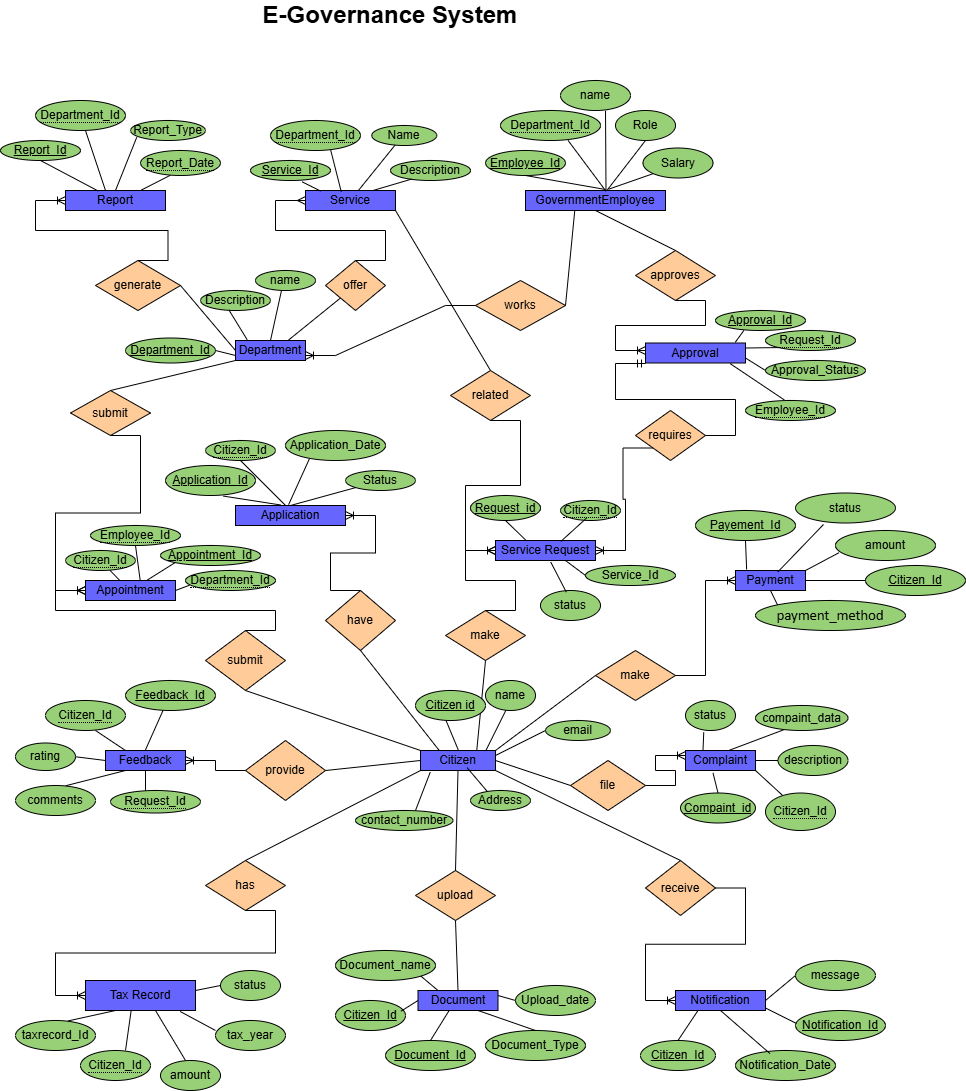
The draw.io diagram E-GovernanceSystem_ER-Diagram.drawio (1).drawio.png in ThembarthiAkshaya/E-governance-System, before a commit. Source tidied: cells renumbered, new cells last; positions are measured from the earlier drawing's top-left corner, leaving out a move shared by most shapes.
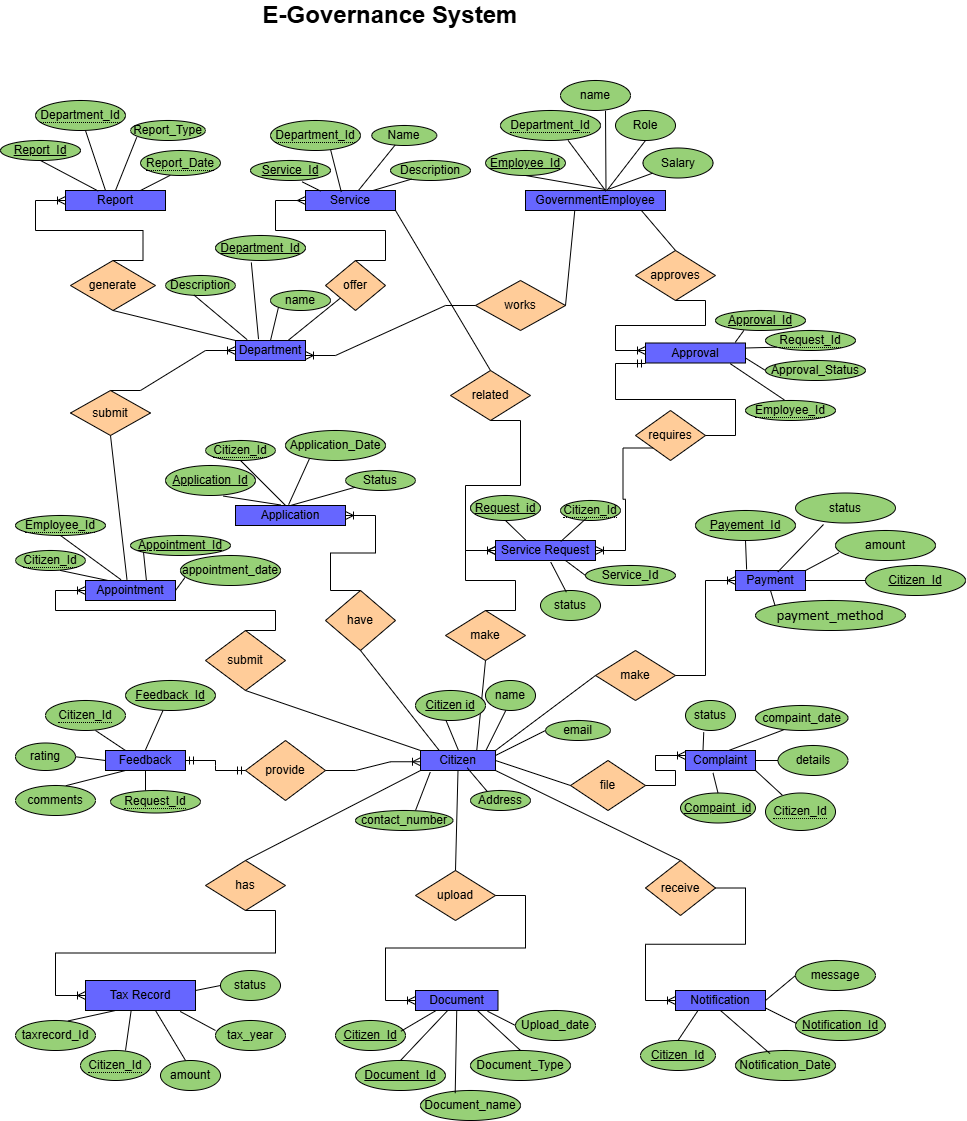
The same diagram one commit later.

Diff of the diagram source:
```diff
@@ -15,7 +15,7 @@
       <mxGeometry x="85" y="980" width="110" height="30" as="geometry" />
     </mxCell>
     <mxCell id="6" value="Document" style="rounded=0;whiteSpace=wrap;html=1;fillColor=#6666FF;" parent="1" vertex="1">
-      <mxGeometry x="417.5" y="990" width="80" height="20" as="geometry" />
+      <mxGeometry x="415" y="990" width="82.5" height="20" as="geometry" />
     </mxCell>
     <mxCell id="7" value="Notification" style="rounded=0;whiteSpace=wrap;html=1;fillColor=#6666FF;" parent="1" vertex="1">
       <mxGeometry x="675" y="990" width="90" height="20" as="geometry" />
@@ -78,7 +78,7 @@
       <mxGeometry x="70" y="390" width="80" height="45" as="geometry" />
     </mxCell>
     <mxCell id="27" value="generate" style="rhombus;whiteSpace=wrap;html=1;fillColor=#FFCC99;" parent="1" vertex="1">
-      <mxGeometry x="95" y="260" width="85" height="50" as="geometry" />
+      <mxGeometry x="70" y="260" width="85" height="50" as="geometry" />
     </mxCell>
     <mxCell id="28" value="offer" style="rhombus;whiteSpace=wrap;html=1;fillColor=#FFCC99;" parent="1" vertex="1">
       <mxGeometry x="325" y="260" width="60" height="50" as="geometry" />
@@ -143,12 +143,6 @@
         <mxPoint x="85" y="590" as="targetPoint" />
       </mxGeometry>
     </mxCell>
-    <mxCell id="45" style="endArrow=none;html=1;rounded=0;exitX=1;exitY=0.5;exitDx=0;exitDy=0;entryX=0;entryY=0.5;entryDx=0;entryDy=0;" parent="1" edge="1" source="20" target="2">
-      <mxGeometry relative="1" as="geometry" />
-    </mxCell>
-    <mxCell id="46" style="edgeStyle=entityRelationEdgeStyle;fontSize=12;html=1;endArrow=ERoneToMany;rounded=0;entryX=1;entryY=0.5;entryDx=0;entryDy=0;" parent="1" edge="1" source="20" target="3">
-      <mxGeometry relative="1" as="geometry" />
-    </mxCell>
     <mxCell id="47" style="edgeStyle=entityRelationEdgeStyle;fontSize=12;html=1;endArrow=ERmany;rounded=0;exitX=0.5;exitY=0;exitDx=0;exitDy=0;" parent="1" edge="1" source="28">
       <mxGeometry relative="1" as="geometry">
         <mxPoint x="305" y="200" as="targetPoint" />
@@ -171,7 +165,7 @@
         </Array>
       </mxGeometry>
     </mxCell>
-    <mxCell id="52" style="endArrow=none;html=1;rounded=0;exitX=0.5;exitY=1;exitDx=0;exitDy=0;entryX=0.5;entryY=0;entryDx=0;entryDy=0;" parent="1" edge="1" source="15" target="30">
+    <mxCell id="52" style="endArrow=none;html=1;rounded=0;exitX=0.83;exitY=1.017;exitDx=0;exitDy=0;entryX=0.5;entryY=0;entryDx=0;entryDy=0;exitPerimeter=0;" parent="1" edge="1" source="15" target="30">
       <mxGeometry relative="1" as="geometry" />
     </mxCell>
     <mxCell id="53" style="edgeStyle=entityRelationEdgeStyle;fontSize=12;html=1;endArrow=ERoneToMany;rounded=0;exitX=0.5;exitY=1;exitDx=0;exitDy=0;" parent="1" edge="1" source="30">
@@ -183,7 +177,7 @@
         </Array>
       </mxGeometry>
     </mxCell>
-    <mxCell id="54" style="endArrow=none;html=1;rounded=0;exitX=0;exitY=0.5;exitDx=0;exitDy=0;entryX=1;entryY=0.5;entryDx=0;entryDy=0;" parent="1" edge="1" source="10" target="27">
+    <mxCell id="54" style="endArrow=none;html=1;rounded=0;exitX=0;exitY=0;exitDx=0;exitDy=0;entryX=0.5;entryY=1;entryDx=0;entryDy=0;" parent="1" edge="1" source="10" target="27">
       <mxGeometry relative="1" as="geometry" />
     </mxCell>
     <mxCell id="55" style="edgeStyle=entityRelationEdgeStyle;fontSize=12;html=1;endArrow=ERoneToMany;rounded=0;exitX=0.5;exitY=0;exitDx=0;exitDy=0;" parent="1" edge="1" source="27">
@@ -195,14 +189,6 @@
         </Array>
       </mxGeometry>
     </mxCell>
-    <mxCell id="56" style="endArrow=none;html=1;rounded=0;exitX=0.5;exitY=0;exitDx=0;exitDy=0;entryX=0;entryY=1;entryDx=0;entryDy=0;" parent="1" edge="1" source="26" target="10">
-      <mxGeometry relative="1" as="geometry" />
-    </mxCell>
-    <mxCell id="57" style="edgeStyle=entityRelationEdgeStyle;fontSize=12;html=1;endArrow=ERoneToMany;rounded=0;exitX=0.5;exitY=1;exitDx=0;exitDy=0;" parent="1" edge="1" source="26">
-      <mxGeometry relative="1" as="geometry">
-        <mxPoint x="85" y="590" as="targetPoint" />
-      </mxGeometry>
-    </mxCell>
     <mxCell id="58" style="endArrow=none;html=1;rounded=0;exitX=0.5;exitY=1;exitDx=0;exitDy=0;entryX=0.25;entryY=0;entryDx=0;entryDy=0;" parent="1" edge="1" source="23" target="2">
       <mxGeometry relative="1" as="geometry" />
     </mxCell>
@@ -252,13 +238,13 @@
     <mxCell id="71" value="status" style="ellipse;whiteSpace=wrap;html=1;align=center;fillColor=#97D077;" parent="1" vertex="1">
       <mxGeometry x="685" y="700" width="50" height="30" as="geometry" />
     </mxCell>
-    <mxCell id="72" value="compaint_data" style="ellipse;whiteSpace=wrap;html=1;align=center;fillColor=#97D077;" parent="1" vertex="1">
+    <mxCell id="72" value="compaint_date" style="ellipse;whiteSpace=wrap;html=1;align=center;fillColor=#97D077;" parent="1" vertex="1">
       <mxGeometry x="755" y="705" width="92.5" height="25" as="geometry" />
     </mxCell>
     <mxCell id="73" value="&lt;span style=&quot;border-bottom: 1px dotted&quot;&gt;Citizen_Id&lt;/span&gt;" style="ellipse;whiteSpace=wrap;html=1;align=center;fillColor=#97D077;" parent="1" vertex="1">
       <mxGeometry x="765" y="792.5" width="70" height="37.5" as="geometry" />
     </mxCell>
-    <mxCell id="74" value="description" style="ellipse;whiteSpace=wrap;html=1;align=center;fillColor=#97D077;" parent="1" vertex="1">
+    <mxCell id="74" value="details" style="ellipse;whiteSpace=wrap;html=1;align=center;fillColor=#97D077;" parent="1" vertex="1">
       <mxGeometry x="777.5" y="745" width="70" height="30" as="geometry" />
     </mxCell>
     <mxCell id="75" style="endArrow=none;html=1;rounded=0;exitX=0.393;exitY=1.12;exitDx=0;exitDy=0;exitPerimeter=0;entryX=0.5;entryY=0;entryDx=0;entryDy=0;" parent="1" edge="1" source="4" target="70">
@@ -354,27 +340,24 @@
       </mxGeometry>
     </mxCell>
     <mxCell id="101" value="Document_Id" style="ellipse;whiteSpace=wrap;html=1;align=center;fontStyle=4;fillColor=#97D077;" parent="1" vertex="1">
-      <mxGeometry x="385" y="1040" width="90" height="30" as="geometry" />
+      <mxGeometry x="355" y="1060" width="90" height="30" as="geometry" />
     </mxCell>
     <mxCell id="102" value="Citizen_Id" style="ellipse;whiteSpace=wrap;html=1;align=center;fontStyle=4;fillColor=#97D077;" parent="1" vertex="1">
-      <mxGeometry x="335" y="1000" width="70" height="30" as="geometry" />
+      <mxGeometry x="335" y="1020" width="70" height="30" as="geometry" />
     </mxCell>
     <mxCell id="103" value="Document_name" style="ellipse;whiteSpace=wrap;html=1;align=center;fillColor=#97D077;" parent="1" vertex="1">
-      <mxGeometry x="335" y="950" width="100" height="30" as="geometry" />
+      <mxGeometry x="420" y="1090" width="100" height="30" as="geometry" />
     </mxCell>
-    <mxCell id="104" style="endArrow=none;html=1;rounded=0;exitX=0.5;exitY=0;exitDx=0;exitDy=0;entryX=0.5;entryY=1;entryDx=0;entryDy=0;" parent="1" edge="1" source="6" target="17">
-      <mxGeometry relative="1" as="geometry" />
-    </mxCell>
     <mxCell id="105" value="Document_Type" style="ellipse;whiteSpace=wrap;html=1;align=center;fillColor=#97D077;" parent="1" vertex="1">
-      <mxGeometry x="485" y="1030" width="100" height="30" as="geometry" />
+      <mxGeometry x="470" y="1050" width="100" height="30" as="geometry" />
     </mxCell>
     <mxCell id="106" value="Upload_date" style="ellipse;whiteSpace=wrap;html=1;align=center;fillColor=#97D077;" parent="1" vertex="1">
-      <mxGeometry x="515" y="985" width="80" height="30" as="geometry" />
+      <mxGeometry x="515" y="1010" width="80" height="30" as="geometry" />
     </mxCell>
-    <mxCell id="107" style="endArrow=none;html=1;rounded=0;exitX=1;exitY=1;exitDx=0;exitDy=0;entryX=0.25;entryY=0;entryDx=0;entryDy=0;" parent="1" edge="1" source="103" target="6">
+    <mxCell id="107" style="endArrow=none;html=1;rounded=0;exitX=0.347;exitY=0.089;exitDx=0;exitDy=0;entryX=0.5;entryY=1;entryDx=0;entryDy=0;exitPerimeter=0;" parent="1" edge="1" source="103" target="6">
       <mxGeometry relative="1" as="geometry" />
     </mxCell>
-    <mxCell id="108" style="endArrow=none;html=1;rounded=0;exitX=0.934;exitY=0.359;exitDx=0;exitDy=0;exitPerimeter=0;entryX=0;entryY=0.5;entryDx=0;entryDy=0;" parent="1" edge="1" source="102" target="6">
+    <mxCell id="108" style="endArrow=none;html=1;rounded=0;exitX=0.934;exitY=0.359;exitDx=0;exitDy=0;exitPerimeter=0;entryX=0.25;entryY=1;entryDx=0;entryDy=0;" parent="1" edge="1" source="102" target="6">
       <mxGeometry relative="1" as="geometry" />
     </mxCell>
     <mxCell id="109" style="endArrow=none;html=1;rounded=0;exitX=0.5;exitY=0;exitDx=0;exitDy=0;entryX=0.387;entryY=1.014;entryDx=0;entryDy=0;entryPerimeter=0;" parent="1" edge="1" source="101" target="6">
@@ -383,7 +366,7 @@
     <mxCell id="110" style="endArrow=none;html=1;rounded=0;exitX=0.5;exitY=0;exitDx=0;exitDy=0;entryX=0.75;entryY=1;entryDx=0;entryDy=0;" parent="1" edge="1" source="105" target="6">
       <mxGeometry relative="1" as="geometry" />
     </mxCell>
-    <mxCell id="111" style="endArrow=none;html=1;rounded=0;exitX=1;exitY=0.25;exitDx=0;exitDy=0;entryX=0;entryY=0.5;entryDx=0;entryDy=0;" parent="1" edge="1" source="6" target="106">
+    <mxCell id="111" style="endArrow=none;html=1;rounded=0;exitX=0.873;exitY=1.038;exitDx=0;exitDy=0;entryX=0;entryY=0.5;entryDx=0;entryDy=0;exitPerimeter=0;" parent="1" edge="1" source="6" target="106">
       <mxGeometry relative="1" as="geometry" />
     </mxCell>
     <mxCell id="112" value="Notification_Id" style="ellipse;whiteSpace=wrap;html=1;align=center;fontStyle=4;fillColor=#97D077;" parent="1" vertex="1">
@@ -525,41 +508,39 @@
       <mxGeometry relative="1" as="geometry" />
     </mxCell>
     <mxCell id="155" value="Department_Id" style="ellipse;whiteSpace=wrap;html=1;align=center;fontStyle=4;fillColor=#97D077;" parent="1" vertex="1">
-      <mxGeometry x="125" y="337.5" width="90" height="25" as="geometry" />
+      <mxGeometry x="215" y="235" width="90" height="25" as="geometry" />
     </mxCell>
     <mxCell id="156" value="name" style="ellipse;whiteSpace=wrap;html=1;align=center;fillColor=#97D077;" parent="1" vertex="1">
-      <mxGeometry x="255" y="270" width="60" height="20" as="geometry" />
+      <mxGeometry x="270" y="290" width="60" height="20" as="geometry" />
     </mxCell>
     <mxCell id="157" value="Description" style="ellipse;whiteSpace=wrap;html=1;align=center;fillColor=#97D077;" parent="1" vertex="1">
-      <mxGeometry x="200" y="290" width="70" height="20" as="geometry" />
+      <mxGeometry x="165" y="275" width="70" height="20" as="geometry" />
     </mxCell>
-    <mxCell id="158" style="endArrow=none;html=1;rounded=0;exitX=1;exitY=0.5;exitDx=0;exitDy=0;entryX=0;entryY=0.75;entryDx=0;entryDy=0;" parent="1" edge="1" source="155" target="10">
+    <mxCell id="158" style="endArrow=none;html=1;rounded=0;exitX=0.398;exitY=1.08;exitDx=0;exitDy=0;exitPerimeter=0;entryX=0.329;entryY=-0.067;entryDx=0;entryDy=0;entryPerimeter=0;" parent="1" edge="1" source="155" target="10">
       <mxGeometry relative="1" as="geometry" />
     </mxCell>
     <mxCell id="159" style="endArrow=none;html=1;rounded=0;exitX=0.406;exitY=0.974;exitDx=0;exitDy=0;exitPerimeter=0;entryX=0.166;entryY=-0.044;entryDx=0;entryDy=0;entryPerimeter=0;" parent="1" edge="1" source="157" target="10">
       <mxGeometry relative="1" as="geometry" />
     </mxCell>
-    <mxCell id="160" style="endArrow=none;html=1;rounded=0;entryX=0.5;entryY=0;entryDx=0;entryDy=0;" parent="1" edge="1" target="10">
-      <mxGeometry relative="1" as="geometry">
-        <mxPoint x="281" y="290" as="sourcePoint" />
-      </mxGeometry>
+    <mxCell id="160" style="endArrow=none;html=1;rounded=0;entryX=0.5;entryY=0;entryDx=0;entryDy=0;exitX=0;exitY=1;exitDx=0;exitDy=0;" parent="1" edge="1" source="156" target="10">
+      <mxGeometry relative="1" as="geometry" />
     </mxCell>
     <mxCell id="161" value="Appointment_Id" style="ellipse;whiteSpace=wrap;html=1;align=center;fontStyle=4;fillColor=#97D077;" parent="1" vertex="1">
-      <mxGeometry x="160" y="545" width="100" height="20" as="geometry" />
+      <mxGeometry x="130" y="535" width="100" height="20" as="geometry" />
     </mxCell>
     <mxCell id="162" value="&lt;span style=&quot;border-bottom: 1px dotted&quot;&gt;Citizen_Id&lt;/span&gt;" style="ellipse;whiteSpace=wrap;html=1;align=center;fillColor=#97D077;" parent="1" vertex="1">
-      <mxGeometry x="65" y="550" width="70" height="20" as="geometry" />
+      <mxGeometry x="15" y="550" width="70" height="20" as="geometry" />
     </mxCell>
     <mxCell id="163" value="&lt;span style=&quot;border-bottom: 1px dotted&quot;&gt;Employee_Id&lt;/span&gt;" style="ellipse;whiteSpace=wrap;html=1;align=center;fillColor=#97D077;" parent="1" vertex="1">
-      <mxGeometry x="90" y="525" width="90" height="20" as="geometry" />
+      <mxGeometry x="15" y="515" width="90" height="20" as="geometry" />
     </mxCell>
-    <mxCell id="164" value="&lt;span style=&quot;border-bottom: 1px dotted&quot;&gt;Department_Id&lt;/span&gt;" style="ellipse;whiteSpace=wrap;html=1;align=center;fillColor=#97D077;" parent="1" vertex="1">
-      <mxGeometry x="185" y="570" width="90" height="20" as="geometry" />
+    <mxCell id="164" value="appointment_date" style="ellipse;whiteSpace=wrap;html=1;align=center;fillColor=#97D077;" parent="1" vertex="1">
+      <mxGeometry x="180" y="555" width="100" height="30" as="geometry" />
     </mxCell>
-    <mxCell id="165" style="endArrow=none;html=1;rounded=0;entryX=0.377;entryY=-0.019;entryDx=0;entryDy=0;entryPerimeter=0;exitX=0.636;exitY=0.994;exitDx=0;exitDy=0;exitPerimeter=0;" parent="1" edge="1" source="162" target="9">
+    <mxCell id="165" style="endArrow=none;html=1;rounded=0;entryX=0.25;entryY=0;entryDx=0;entryDy=0;exitX=0.636;exitY=0.994;exitDx=0;exitDy=0;exitPerimeter=0;" parent="1" edge="1" source="162" target="9">
       <mxGeometry relative="1" as="geometry" />
     </mxCell>
-    <mxCell id="166" style="endArrow=none;html=1;rounded=0;exitX=0.5;exitY=1;exitDx=0;exitDy=0;entryX=0.608;entryY=0.006;entryDx=0;entryDy=0;entryPerimeter=0;" parent="1" edge="1" source="163" target="9">
+    <mxCell id="166" style="endArrow=none;html=1;rounded=0;exitX=0.5;exitY=1;exitDx=0;exitDy=0;entryX=0.394;entryY=-0.04;entryDx=0;entryDy=0;entryPerimeter=0;" parent="1" edge="1" source="163" target="9">
       <mxGeometry relative="1" as="geometry" />
     </mxCell>
     <mxCell id="167" style="endArrow=none;html=1;rounded=0;exitX=0.677;exitY=0.006;exitDx=0;exitDy=0;exitPerimeter=0;entryX=0;entryY=1;entryDx=0;entryDy=0;" parent="1" edge="1" source="9" target="161">
@@ -663,5 +644,26 @@
     <mxCell id="199" value="&lt;b&gt;&lt;font style=&quot;font-size: 24px;&quot;&gt;E-Governance System&lt;/font&gt;&lt;/b&gt;" style="text;html=1;align=center;verticalAlign=middle;whiteSpace=wrap;rounded=0;" parent="1" vertex="1">
       <mxGeometry x="195" width="390" height="30" as="geometry" />
     </mxCell>
+    <mxCell id="200" style="edgeStyle=entityRelationEdgeStyle;fontSize=12;html=1;endArrow=ERoneToMany;rounded=0;exitX=1;exitY=0.5;exitDx=0;exitDy=0;" parent="1" edge="1" source="17">
+      <mxGeometry relative="1" as="geometry">
+        <mxPoint x="415" y="1000" as="targetPoint" />
+      </mxGeometry>
+    </mxCell>
+    <mxCell id="201" style="edgeStyle=entityRelationEdgeStyle;fontSize=12;html=1;endArrow=ERmandOne;startArrow=ERmandOne;rounded=0;exitX=1;exitY=0.5;exitDx=0;exitDy=0;entryX=0;entryY=0.5;entryDx=0;entryDy=0;" parent="1" edge="1" source="3" target="20">
+      <mxGeometry relative="1" as="geometry" />
+    </mxCell>
+    <mxCell id="202" style="edgeStyle=entityRelationEdgeStyle;fontSize=12;html=1;endArrow=ERoneToMany;rounded=0;exitX=1;exitY=0.5;exitDx=0;exitDy=0;" parent="1" edge="1" source="20">
+      <mxGeometry relative="1" as="geometry">
+        <mxPoint x="420" y="761.2" as="targetPoint" />
+      </mxGeometry>
+    </mxCell>
+    <mxCell id="203" style="edgeStyle=entityRelationEdgeStyle;fontSize=12;html=1;endArrow=ERoneToMany;rounded=0;exitX=0.5;exitY=0;exitDx=0;exitDy=0;" parent="1" edge="1" source="26">
+      <mxGeometry relative="1" as="geometry">
+        <mxPoint x="235" y="350" as="targetPoint" />
+      </mxGeometry>
+    </mxCell>
+    <mxCell id="204" style="endArrow=none;html=1;rounded=0;entryX=0.5;entryY=1;entryDx=0;entryDy=0;exitX=0.461;exitY=-0.04;exitDx=0;exitDy=0;exitPerimeter=0;" parent="1" edge="1" source="9" target="26">
+      <mxGeometry relative="1" as="geometry" />
+    </mxCell>
   </root>
 </mxGraphModel>
```
